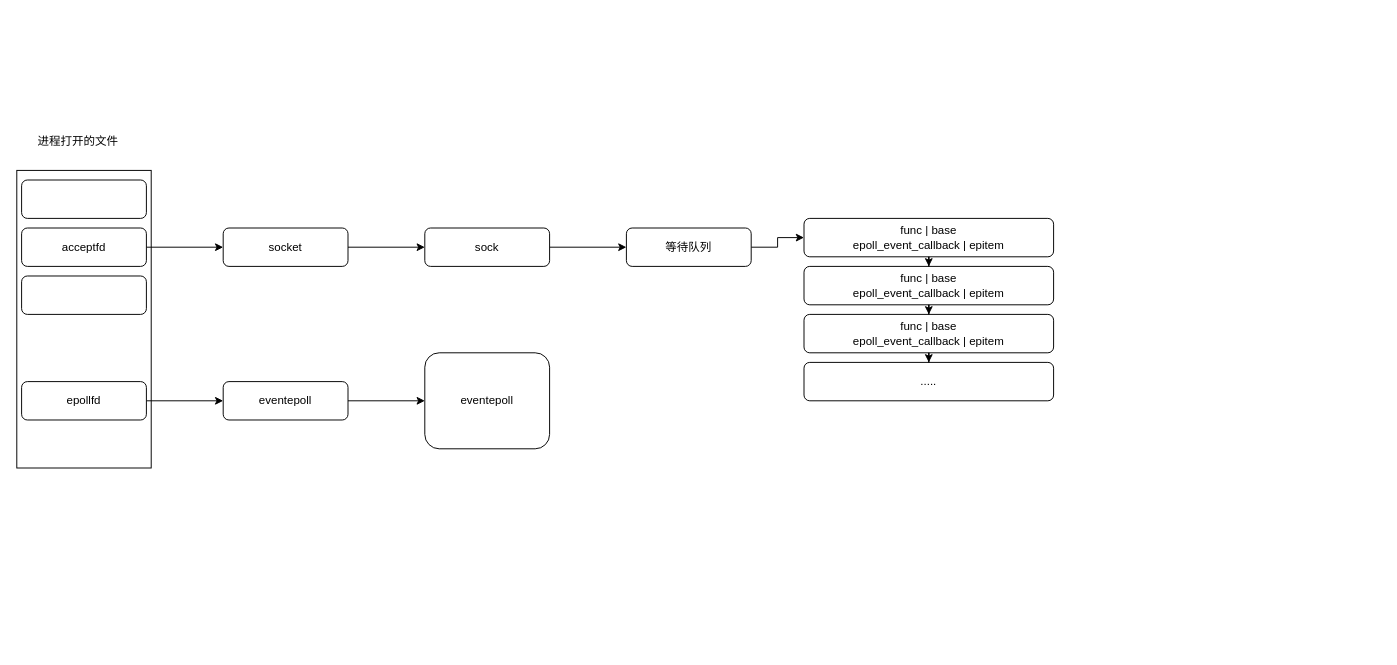
This is Tips/epoll.drawio from beyondlov1/JavaAttentions, a draw.io file, before an edit. Source tidied: cells renumbered, new cells numbered last; positions are measured from the earlier drawing's top-left corner, leaving out a move shared by most shapes. Both pictures are drawn from the tidied source at 96%, with x=0, y=0 at pixel (16, 132).
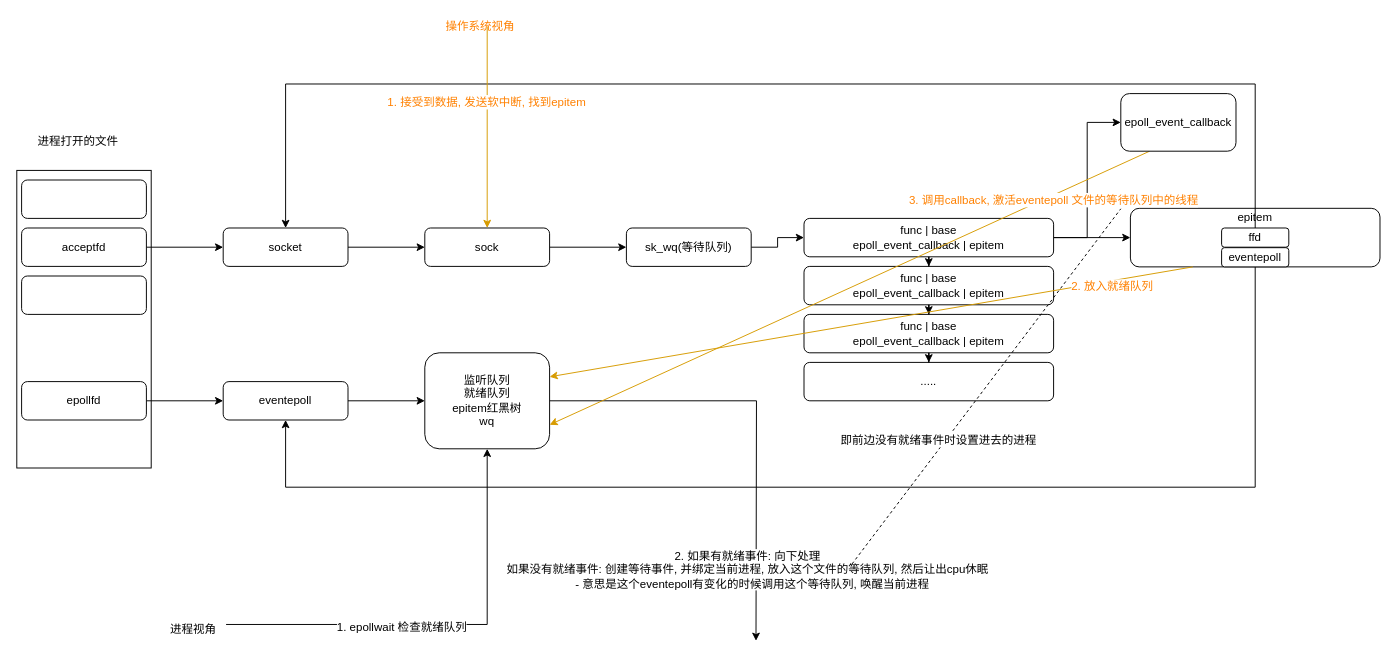
The same diagram, later.

Unchanged cells that the change refers to:
```xml
<mxCell id="7" value="socket" style="rounded=1;whiteSpace=wrap;html=1;" parent="1" vertex="1">
  <mxGeometry x="215" y="100" width="130" height="40" as="geometry" />
</mxCell>
<mxCell id="9" value="sock" style="rounded=1;whiteSpace=wrap;html=1;" parent="1" vertex="1">
  <mxGeometry x="425" y="100" width="130" height="40" as="geometry" />
</mxCell>
<mxCell id="13" value="func | base&lt;br&gt;epoll_event_callback | epitem" style="rounded=1;whiteSpace=wrap;html=1;" parent="1" vertex="1">
  <mxGeometry x="820" y="90" width="260" height="40" as="geometry" />
</mxCell>
<mxCell id="24" value="eventepoll" style="rounded=1;whiteSpace=wrap;html=1;" parent="1" vertex="1">
  <mxGeometry x="215" y="260" width="130" height="40" as="geometry" />
</mxCell>
```

What changed in the source:
```diff
@@
-    <mxCell id="11" value="等待队列" style="rounded=1;whiteSpace=wrap;html=1;" parent="1" vertex="1">
+    <mxCell id="11" value="sk_wq(等待队列)" style="rounded=1;whiteSpace=wrap;html=1;" parent="1" vertex="1">
       <mxGeometry x="635" y="100" width="130" height="40" as="geometry" />
     </mxCell>
@@
+    <mxCell id="26" style="edgeStyle=orthogonalEdgeStyle;rounded=0;jettySize=auto;html=1;" parent="1" edge="1" source="13" target="28">
+      <mxGeometry relative="1" as="geometry" />
+    </mxCell>
+    <mxCell id="27" style="edgeStyle=orthogonalEdgeStyle;rounded=0;jettySize=auto;html=1;entryX=0;entryY=0.5;entryDx=0;entryDy=0;" parent="1" edge="1" source="13" target="47">
+      <mxGeometry relative="1" as="geometry" />
+    </mxCell>
@@
+    <mxCell id="28" value="epitem&lt;br&gt;&lt;br&gt;&lt;br&gt;&lt;br&gt;" style="rounded=1;whiteSpace=wrap;html=1;" parent="1" vertex="1">
+      <mxGeometry x="1160" y="79.5" width="260" height="61" as="geometry" />
+    </mxCell>
@@
+    <mxCell id="29" style="edgeStyle=orthogonalEdgeStyle;rounded=0;jettySize=auto;html=1;" parent="1" edge="1" source="25">
+      <mxGeometry relative="1" as="geometry">
+        <mxPoint x="770" y="530" as="targetPoint" />
+      </mxGeometry>
+    </mxCell>
+    <mxCell id="30" value="2. 如果有就绪事件: 向下处理&lt;br&gt;如果没有就绪事件: 创建等待事件, 并绑定当前进程, 放入这个文件的等待队列, 然后让出cpu休眠&lt;br&gt;&amp;nbsp; &amp;nbsp;- 意思是这个eventepoll有变化的时候调用这个等待队列, 唤醒当前进程" style="text;html=1;align=center;verticalAlign=middle;labelBackgroundColor=#ffffff;" parent="29" vertex="1">
+      <mxGeometry x="0.53" y="3" relative="1" as="geometry">
+        <mxPoint x="-13" y="34.5" as="offset" />
+      </mxGeometry>
+    </mxCell>
-    <mxCell id="25" value="eventepoll" style="rounded=1;whiteSpace=wrap;html=1;" parent="1" vertex="1">
+    <mxCell id="25" value="监听队列&lt;br&gt;就绪队列&lt;br&gt;epitem红黑树&lt;br&gt;wq" style="rounded=1;whiteSpace=wrap;html=1;" parent="1" vertex="1">
       <mxGeometry x="425" y="230" width="130" height="100" as="geometry" />
     </mxCell>
+    <mxCell id="31" style="edgeStyle=orthogonalEdgeStyle;rounded=0;jettySize=auto;html=1;entryX=0.5;entryY=0;entryDx=0;entryDy=0;" parent="1" edge="1" source="32" target="7">
+      <mxGeometry relative="1" as="geometry">
+        <Array as="points">
+          <mxPoint x="1290" y="-50" />
+          <mxPoint x="280" y="-50" />
+        </Array>
+      </mxGeometry>
+    </mxCell>
+    <mxCell id="32" value="&lt;span style=&quot;white-space: normal&quot;&gt;ffd&lt;/span&gt;" style="rounded=1;whiteSpace=wrap;html=1;" parent="1" vertex="1">
+      <mxGeometry x="1255" y="100" width="70" height="20" as="geometry" />
+    </mxCell>
+    <mxCell id="33" style="edgeStyle=orthogonalEdgeStyle;rounded=0;jettySize=auto;html=1;entryX=0.5;entryY=1;entryDx=0;entryDy=0;" parent="1" edge="1" source="34" target="24">
+      <mxGeometry relative="1" as="geometry">
+        <Array as="points">
+          <mxPoint x="1290" y="370" />
+          <mxPoint x="280" y="370" />
+        </Array>
+      </mxGeometry>
+    </mxCell>
+    <mxCell id="34" value="&lt;span style=&quot;white-space: normal&quot;&gt;eventepoll&lt;/span&gt;" style="rounded=1;whiteSpace=wrap;html=1;" parent="1" vertex="1">
+      <mxGeometry x="1255" y="120.5" width="70" height="20" as="geometry" />
+    </mxCell>
+    <mxCell id="35" style="edgeStyle=orthogonalEdgeStyle;rounded=0;jettySize=auto;html=1;entryX=0.5;entryY=1;entryDx=0;entryDy=0;" parent="1" edge="1" source="37" target="25">
+      <mxGeometry relative="1" as="geometry" />
+    </mxCell>
+    <mxCell id="36" value="1. epollwait 检查就绪队列" style="text;html=1;align=center;verticalAlign=middle;labelBackgroundColor=#ffffff;" parent="35" vertex="1">
+      <mxGeometry x="-0.2" y="-2" relative="1" as="geometry" />
+    </mxCell>
+    <mxCell id="37" value="进程视角" style="text;html=1;points=[];align=left;verticalAlign=top;spacingTop=-4;" parent="1" vertex="1">
+      <mxGeometry x="158" y="508" width="60" height="10" as="geometry" />
+    </mxCell>
+    <mxCell id="38" style="edgeStyle=orthogonalEdgeStyle;rounded=0;jettySize=auto;html=1;entryX=0.5;entryY=0;entryDx=0;entryDy=0;fillColor=#ffe6cc;strokeColor=#d79b00;" parent="1" edge="1" source="40" target="9">
+      <mxGeometry relative="1" as="geometry" />
+    </mxCell>
+    <mxCell id="39" value="1. 接受到数据, 发送软中断, 找到epitem&amp;nbsp;" style="text;html=1;align=center;verticalAlign=middle;labelBackgroundColor=#ffffff;fontColor=#FF8000;" parent="38" vertex="1">
+      <mxGeometry x="-0.26" relative="1" as="geometry" />
+    </mxCell>
+    <mxCell id="40" value="&lt;font color=&quot;#ff8000&quot;&gt;操作系统视角&lt;/font&gt;" style="text;html=1;points=[];align=left;verticalAlign=top;spacingTop=-4;" parent="1" vertex="1">
+      <mxGeometry x="445" y="-120" width="90" height="10" as="geometry" />
+    </mxCell>
+    <mxCell id="41" style="endArrow=classic;html=1;exitX=0.25;exitY=1;exitDx=0;exitDy=0;entryX=1;entryY=0.25;entryDx=0;entryDy=0;fillColor=#ffe6cc;strokeColor=#d79b00;" parent="1" edge="1" source="28" target="25">
+      <mxGeometry relative="1" as="geometry" />
+    </mxCell>
+    <mxCell id="42" value="2. 放入就绪队列" style="text;html=1;align=center;verticalAlign=middle;labelBackgroundColor=#ffffff;fontColor=#FF8000;" parent="41" vertex="1">
+      <mxGeometry x="0.17" relative="1" as="geometry">
+        <mxPoint x="308" y="-47.5" as="offset" />
+      </mxGeometry>
+    </mxCell>
+    <mxCell id="43" style="endArrow=classic;html=1;entryX=1;entryY=0.75;entryDx=0;entryDy=0;fillColor=#ffe6cc;strokeColor=#d79b00;exitX=0.25;exitY=1;exitDx=0;exitDy=0;" parent="1" edge="1" source="47" target="25">
+      <mxGeometry relative="1" as="geometry" />
+    </mxCell>
+    <mxCell id="44" value="3. 调用callback, 激活eventepoll 文件的等待队列中的线程" style="text;html=1;align=center;verticalAlign=middle;labelBackgroundColor=#ffffff;fontColor=#FF8000;" parent="43" vertex="1">
+      <mxGeometry x="0.29" y="1" relative="1" as="geometry">
+        <mxPoint x="302.5" y="-134.5" as="offset" />
+      </mxGeometry>
+    </mxCell>
+    <mxCell id="45" style="endArrow=none;dashed=1;html=1;" parent="1" edge="1">
+      <mxGeometry relative="1" as="geometry">
+        <mxPoint x="870" y="450" as="sourcePoint" />
+        <mxPoint x="1150" y="80" as="targetPoint" />
+      </mxGeometry>
+    </mxCell>
+    <mxCell id="46" value="即前边没有就绪事件时设置进去的进程" style="text;html=1;align=center;verticalAlign=middle;labelBackgroundColor=#ffffff;" parent="45" vertex="1">
+      <mxGeometry x="0.29" y="-2" relative="1" as="geometry">
+        <mxPoint x="-92.5" y="108" as="offset" />
+      </mxGeometry>
+    </mxCell>
+    <mxCell id="47" value="&lt;span style=&quot;white-space: normal&quot;&gt;epoll_event_callback&lt;/span&gt;" style="rounded=1;whiteSpace=wrap;html=1;" parent="1" vertex="1">
+      <mxGeometry x="1150" y="-40" width="120" height="60" as="geometry" />
+    </mxCell>
```
